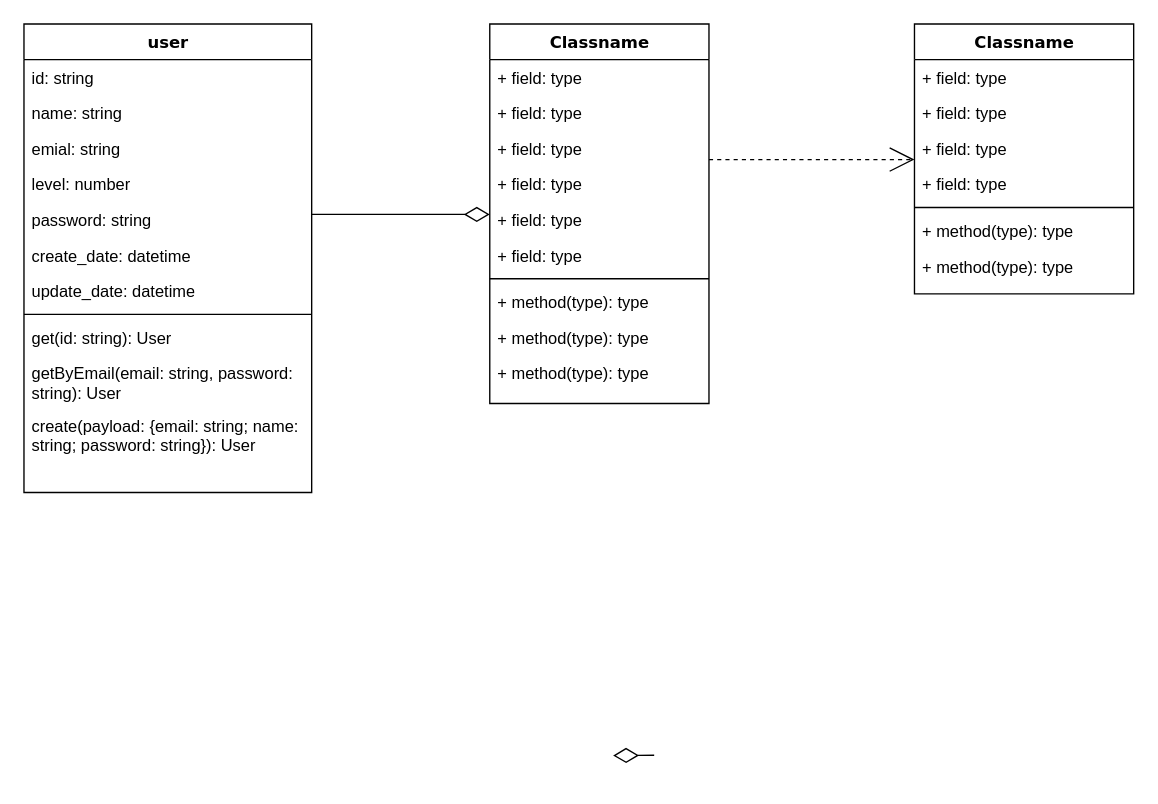
This is chatgpt-codereview-db.drawio from leishuimiao/drawio, a draw.io file, before an edit. Source tidied: cells renumbered, new cells numbered last; positions are measured from the earlier drawing's top-left corner, leaving out a move shared by most shapes. Both pictures are drawn from the tidied source at 137%, with x=0, y=0 at pixel (23, 23).
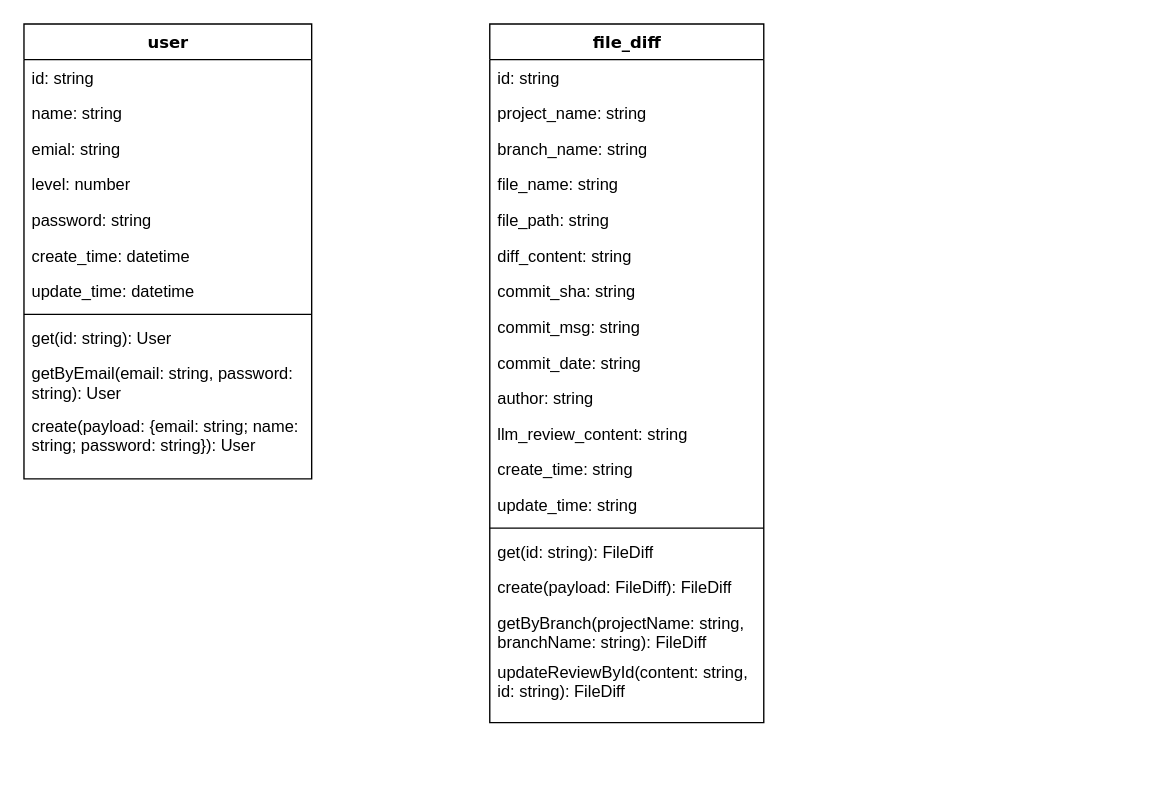
The same diagram, later.

The edit, as a diff of the source:
```diff
@@
     <mxCell id="2" value="user" style="swimlane;html=1;fontStyle=1;align=center;verticalAlign=top;horizontal=1;startSize=26;swimlaneFillColor=#ffffff;rounded=0;shadow=0;comic=0;labelBackgroundColor=none;strokeWidth=1;fillColor=none;fontFamily=Verdana;fontSize=12;" parent="1" vertex="1">
-      <mxGeometry width="210" height="342" as="geometry" />
+      <mxGeometry width="210" height="332" as="geometry" />
     </mxCell>
@@
-    <mxCell id="8" value="create_date: datetime" style="text;html=1;strokeColor=none;fillColor=none;align=left;verticalAlign=top;spacingLeft=4;spacingRight=4;whiteSpace=wrap;overflow=hidden;" parent="2" vertex="1">
+    <mxCell id="8" value="create_time: datetime" style="text;html=1;strokeColor=none;fillColor=none;align=left;verticalAlign=top;spacingLeft=4;spacingRight=4;whiteSpace=wrap;overflow=hidden;" parent="2" vertex="1">
       <mxGeometry y="156" width="210" height="26" as="geometry" />
     </mxCell>
-    <mxCell id="9" value="update_date: datetime" style="text;html=1;strokeColor=none;fillColor=none;align=left;verticalAlign=top;spacingLeft=4;spacingRight=4;whiteSpace=wrap;overflow=hidden;" parent="2" vertex="1">
+    <mxCell id="9" value="update_time: datetime" style="text;html=1;strokeColor=none;fillColor=none;align=left;verticalAlign=top;spacingLeft=4;spacingRight=4;whiteSpace=wrap;overflow=hidden;" parent="2" vertex="1">
       <mxGeometry y="182" width="210" height="26" as="geometry" />
     </mxCell>
@@
-    <mxCell id="14" style="edgeStyle=elbowEdgeStyle;html=1;labelBackgroundColor=none;startFill=0;startSize=8;endArrow=open;endFill=0;endSize=16;fontFamily=Verdana;fontSize=12;elbow=vertical;dashed=1;rounded=0;" parent="1" edge="1" source="15" target="26">
-      <mxGeometry relative="1" as="geometry" />
-    </mxCell>
-    <mxCell id="15" value="Classname" style="swimlane;html=1;fontStyle=1;align=center;verticalAlign=top;horizontal=1;startSize=26;swimlaneFillColor=#ffffff;rounded=0;shadow=0;comic=0;labelBackgroundColor=none;strokeWidth=1;fillColor=none;fontFamily=Verdana;fontSize=12;" parent="1" vertex="1">
-      <mxGeometry x="340" width="160" height="277" as="geometry" />
+    <mxCell id="15" value="file_diff" style="swimlane;html=1;fontStyle=1;align=center;verticalAlign=top;horizontal=1;startSize=26;swimlaneFillColor=#ffffff;rounded=0;shadow=0;comic=0;labelBackgroundColor=none;strokeWidth=1;fillColor=none;fontFamily=Verdana;fontSize=12;" parent="1" vertex="1">
+      <mxGeometry x="340" width="200" height="510" as="geometry" />
     </mxCell>
-    <mxCell id="16" value="+ field: type" style="text;html=1;strokeColor=none;fillColor=none;align=left;verticalAlign=top;spacingLeft=4;spacingRight=4;whiteSpace=wrap;overflow=hidden;" parent="15" vertex="1">
-      <mxGeometry y="26" width="160" height="26" as="geometry" />
+    <mxCell id="16" value="id: string" style="text;html=1;strokeColor=none;fillColor=none;align=left;verticalAlign=top;spacingLeft=4;spacingRight=4;whiteSpace=wrap;overflow=hidden;" parent="15" vertex="1">
+      <mxGeometry y="26" width="200" height="26" as="geometry" />
     </mxCell>
-    <mxCell id="17" value="+ field: type" style="text;html=1;strokeColor=none;fillColor=none;align=left;verticalAlign=top;spacingLeft=4;spacingRight=4;whiteSpace=wrap;overflow=hidden;" parent="15" vertex="1">
-      <mxGeometry y="52" width="160" height="26" as="geometry" />
+    <mxCell id="17" value="project_name: string" style="text;html=1;strokeColor=none;fillColor=none;align=left;verticalAlign=top;spacingLeft=4;spacingRight=4;whiteSpace=wrap;overflow=hidden;" parent="15" vertex="1">
+      <mxGeometry y="52" width="200" height="26" as="geometry" />
     </mxCell>
-    <mxCell id="18" value="+ field: type" style="text;html=1;strokeColor=none;fillColor=none;align=left;verticalAlign=top;spacingLeft=4;spacingRight=4;whiteSpace=wrap;overflow=hidden;" parent="15" vertex="1">
-      <mxGeometry y="78" width="160" height="26" as="geometry" />
+    <mxCell id="18" value="branch_name: string" style="text;html=1;strokeColor=none;fillColor=none;align=left;verticalAlign=top;spacingLeft=4;spacingRight=4;whiteSpace=wrap;overflow=hidden;" parent="15" vertex="1">
+      <mxGeometry y="78" width="200" height="26" as="geometry" />
     </mxCell>
-    <mxCell id="19" value="+ field: type" style="text;html=1;strokeColor=none;fillColor=none;align=left;verticalAlign=top;spacingLeft=4;spacingRight=4;whiteSpace=wrap;overflow=hidden;" parent="15" vertex="1">
-      <mxGeometry y="104" width="160" height="26" as="geometry" />
+    <mxCell id="19" value="file_name: string" style="text;html=1;strokeColor=none;fillColor=none;align=left;verticalAlign=top;spacingLeft=4;spacingRight=4;whiteSpace=wrap;overflow=hidden;" parent="15" vertex="1">
+      <mxGeometry y="104" width="200" height="26" as="geometry" />
     </mxCell>
-    <mxCell id="20" value="+ field: type" style="text;html=1;strokeColor=none;fillColor=none;align=left;verticalAlign=top;spacingLeft=4;spacingRight=4;whiteSpace=wrap;overflow=hidden;" parent="15" vertex="1">
-      <mxGeometry y="130" width="160" height="26" as="geometry" />
+    <mxCell id="20" value="file_path: string" style="text;html=1;strokeColor=none;fillColor=none;align=left;verticalAlign=top;spacingLeft=4;spacingRight=4;whiteSpace=wrap;overflow=hidden;" parent="15" vertex="1">
+      <mxGeometry y="130" width="200" height="26" as="geometry" />
     </mxCell>
-    <mxCell id="21" value="+ field: type" style="text;html=1;strokeColor=none;fillColor=none;align=left;verticalAlign=top;spacingLeft=4;spacingRight=4;whiteSpace=wrap;overflow=hidden;" parent="15" vertex="1">
-      <mxGeometry y="156" width="160" height="26" as="geometry" />
+    <mxCell id="21" value="diff_content: string" style="text;html=1;strokeColor=none;fillColor=none;align=left;verticalAlign=top;spacingLeft=4;spacingRight=4;whiteSpace=wrap;overflow=hidden;" parent="15" vertex="1">
+      <mxGeometry y="156" width="200" height="26" as="geometry" />
     </mxCell>
+    <mxCell id="36" value="commit_sha: string" style="text;html=1;strokeColor=none;fillColor=none;align=left;verticalAlign=top;spacingLeft=4;spacingRight=4;whiteSpace=wrap;overflow=hidden;" parent="15" vertex="1">
+      <mxGeometry y="182" width="200" height="26" as="geometry" />
+    </mxCell>
+    <mxCell id="37" value="commit_msg: string" style="text;html=1;strokeColor=none;fillColor=none;align=left;verticalAlign=top;spacingLeft=4;spacingRight=4;whiteSpace=wrap;overflow=hidden;" parent="15" vertex="1">
+      <mxGeometry y="208" width="200" height="26" as="geometry" />
+    </mxCell>
+    <mxCell id="38" value="commit_date: string" style="text;html=1;strokeColor=none;fillColor=none;align=left;verticalAlign=top;spacingLeft=4;spacingRight=4;whiteSpace=wrap;overflow=hidden;" parent="15" vertex="1">
+      <mxGeometry y="234" width="200" height="26" as="geometry" />
+    </mxCell>
+    <mxCell id="39" value="author: string" style="text;html=1;strokeColor=none;fillColor=none;align=left;verticalAlign=top;spacingLeft=4;spacingRight=4;whiteSpace=wrap;overflow=hidden;" parent="15" vertex="1">
+      <mxGeometry y="260" width="200" height="26" as="geometry" />
+    </mxCell>
+    <mxCell id="40" value="llm_review_content: string" style="text;html=1;strokeColor=none;fillColor=none;align=left;verticalAlign=top;spacingLeft=4;spacingRight=4;whiteSpace=wrap;overflow=hidden;" parent="15" vertex="1">
+      <mxGeometry y="286" width="200" height="26" as="geometry" />
+    </mxCell>
+    <mxCell id="41" value="create_time: string" style="text;html=1;strokeColor=none;fillColor=none;align=left;verticalAlign=top;spacingLeft=4;spacingRight=4;whiteSpace=wrap;overflow=hidden;" parent="15" vertex="1">
+      <mxGeometry y="312" width="200" height="26" as="geometry" />
+    </mxCell>
+    <mxCell id="42" value="update_time: string" style="text;html=1;strokeColor=none;fillColor=none;align=left;verticalAlign=top;spacingLeft=4;spacingRight=4;whiteSpace=wrap;overflow=hidden;" parent="15" vertex="1">
+      <mxGeometry y="338" width="200" height="26" as="geometry" />
+    </mxCell>
     <mxCell id="22" style="line;html=1;strokeWidth=1;fillColor=none;align=left;verticalAlign=middle;spacingTop=-1;spacingLeft=3;spacingRight=3;labelPosition=right;" parent="15" vertex="1">
-      <mxGeometry y="182" width="160" height="8" as="geometry" />
+      <mxGeometry y="364" width="200" height="8" as="geometry" />
     </mxCell>
-    <mxCell id="23" value="+ method(type): type" style="text;html=1;strokeColor=none;fillColor=none;align=left;verticalAlign=top;spacingLeft=4;spacingRight=4;whiteSpace=wrap;overflow=hidden;" parent="15" vertex="1">
-      <mxGeometry y="190" width="160" height="26" as="geometry" />
+    <mxCell id="23" value="get(id: string): FileDiff" style="text;html=1;strokeColor=none;fillColor=none;align=left;verticalAlign=top;spacingLeft=4;spacingRight=4;whiteSpace=wrap;overflow=hidden;" parent="15" vertex="1">
+      <mxGeometry y="372" width="200" height="26" as="geometry" />
     </mxCell>
-    <mxCell id="24" value="+ method(type): type" style="text;html=1;strokeColor=none;fillColor=none;align=left;verticalAlign=top;spacingLeft=4;spacingRight=4;whiteSpace=wrap;overflow=hidden;" parent="15" vertex="1">
-      <mxGeometry y="216" width="160" height="26" as="geometry" />
+    <mxCell id="24" value="create(payload: FileDiff): FileDiff" style="text;html=1;strokeColor=none;fillColor=none;align=left;verticalAlign=top;spacingLeft=4;spacingRight=4;whiteSpace=wrap;overflow=hidden;" parent="15" vertex="1">
+      <mxGeometry y="398" width="200" height="26" as="geometry" />
     </mxCell>
-    <mxCell id="25" value="+ method(type): type" style="text;html=1;strokeColor=none;fillColor=none;align=left;verticalAlign=top;spacingLeft=4;spacingRight=4;whiteSpace=wrap;overflow=hidden;" parent="15" vertex="1">
-      <mxGeometry y="242" width="160" height="26" as="geometry" />
+    <mxCell id="25" value="getByBranch(projectName: string, branchName: string): FileDiff" style="text;html=1;strokeColor=none;fillColor=none;align=left;verticalAlign=top;spacingLeft=4;spacingRight=4;whiteSpace=wrap;overflow=hidden;" parent="15" vertex="1">
+      <mxGeometry y="424" width="200" height="36" as="geometry" />
     </mxCell>
-    <mxCell id="26" value="Classname" style="swimlane;html=1;fontStyle=1;align=center;verticalAlign=top;horizontal=1;startSize=26;swimlaneFillColor=#ffffff;rounded=0;shadow=0;comic=0;labelBackgroundColor=none;strokeWidth=1;fillColor=none;fontFamily=Verdana;fontSize=12;" parent="1" vertex="1">
-      <mxGeometry x="650" width="160" height="197" as="geometry" />
-    </mxCell>
-    <mxCell id="27" value="+ field: type" style="text;html=1;strokeColor=none;fillColor=none;align=left;verticalAlign=top;spacingLeft=4;spacingRight=4;whiteSpace=wrap;overflow=hidden;" parent="26" vertex="1">
-      <mxGeometry y="26" width="160" height="26" as="geometry" />
-    </mxCell>
-    <mxCell id="28" value="+ field: type" style="text;html=1;strokeColor=none;fillColor=none;align=left;verticalAlign=top;spacingLeft=4;spacingRight=4;whiteSpace=wrap;overflow=hidden;" parent="26" vertex="1">
-      <mxGeometry y="52" width="160" height="26" as="geometry" />
-    </mxCell>
-    <mxCell id="29" value="+ field: type" style="text;html=1;strokeColor=none;fillColor=none;align=left;verticalAlign=top;spacingLeft=4;spacingRight=4;whiteSpace=wrap;overflow=hidden;" parent="26" vertex="1">
-      <mxGeometry y="78" width="160" height="26" as="geometry" />
-    </mxCell>
-    <mxCell id="30" value="+ field: type" style="text;html=1;strokeColor=none;fillColor=none;align=left;verticalAlign=top;spacingLeft=4;spacingRight=4;whiteSpace=wrap;overflow=hidden;" parent="26" vertex="1">
-      <mxGeometry y="104" width="160" height="26" as="geometry" />
-    </mxCell>
-    <mxCell id="31" style="line;html=1;strokeWidth=1;fillColor=none;align=left;verticalAlign=middle;spacingTop=-1;spacingLeft=3;spacingRight=3;labelPosition=right;" parent="26" vertex="1">
-      <mxGeometry y="130" width="160" height="8" as="geometry" />
-    </mxCell>
-    <mxCell id="32" value="+ method(type): type" style="text;html=1;strokeColor=none;fillColor=none;align=left;verticalAlign=top;spacingLeft=4;spacingRight=4;whiteSpace=wrap;overflow=hidden;" parent="26" vertex="1">
-      <mxGeometry y="138" width="160" height="26" as="geometry" />
-    </mxCell>
-    <mxCell id="33" value="+ method(type): type" style="text;html=1;strokeColor=none;fillColor=none;align=left;verticalAlign=top;spacingLeft=4;spacingRight=4;whiteSpace=wrap;overflow=hidden;" parent="26" vertex="1">
-      <mxGeometry y="164" width="160" height="26" as="geometry" />
-    </mxCell>
-    <mxCell id="34" style="edgeStyle=elbowEdgeStyle;html=1;labelBackgroundColor=none;startFill=0;startSize=8;endArrow=diamondThin;endFill=0;endSize=16;fontFamily=Verdana;fontSize=12;elbow=vertical;rounded=0;" parent="1" edge="1">
-      <mxGeometry relative="1" as="geometry">
-        <mxPoint x="460" y="533.8" as="sourcePoint" />
-        <mxPoint x="430" y="533.8" as="targetPoint" />
-      </mxGeometry>
-    </mxCell>
-    <mxCell id="35" style="edgeStyle=elbowEdgeStyle;html=1;labelBackgroundColor=none;startFill=0;startSize=8;endArrow=diamondThin;endFill=0;endSize=16;fontFamily=Verdana;fontSize=12;elbow=vertical;rounded=0;" parent="1" edge="1" source="2" target="15">
-      <mxGeometry relative="1" as="geometry" />
-    </mxCell>
+    <mxCell id="43" value="updateReviewById(content: string, id: string): FileDiff" style="text;html=1;strokeColor=none;fillColor=none;align=left;verticalAlign=top;spacingLeft=4;spacingRight=4;whiteSpace=wrap;overflow=hidden;" parent="15" vertex="1">
+      <mxGeometry y="460" width="200" height="40" as="geometry" />
+    </mxCell>
```
